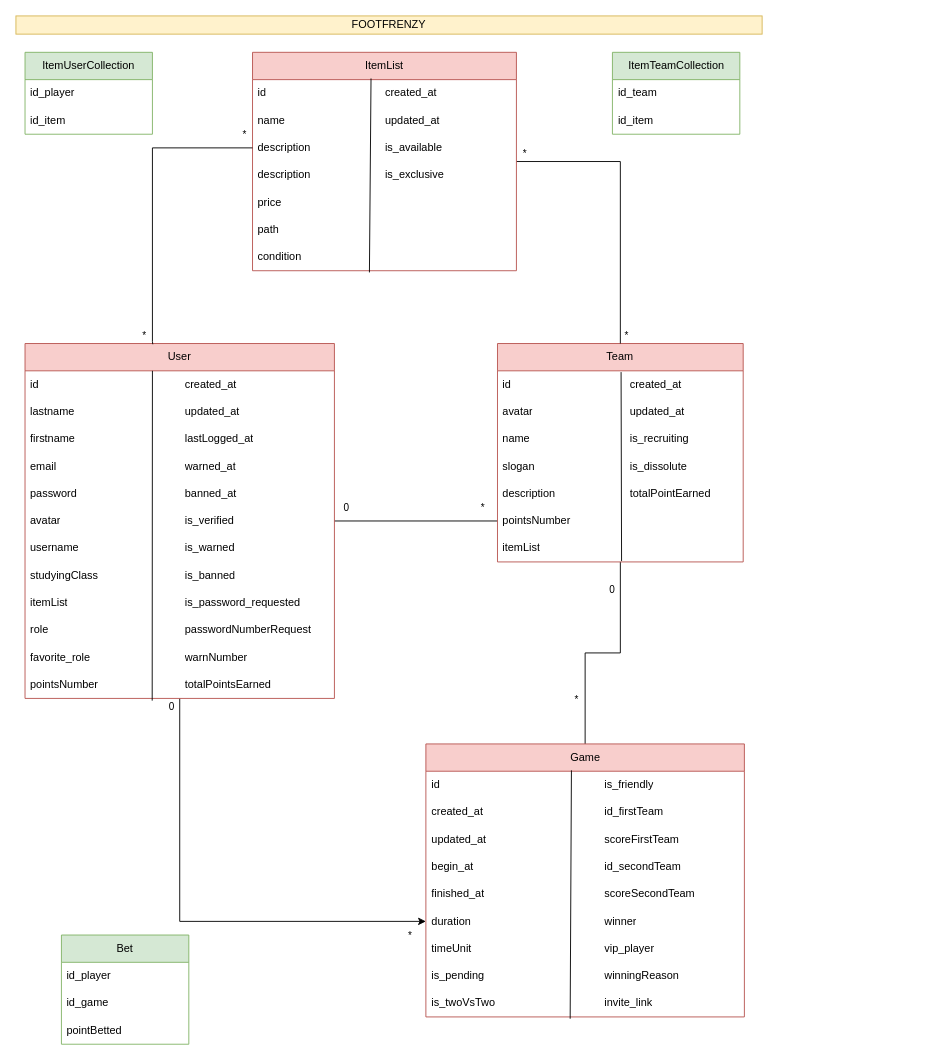
Earlier version of the draw.io diagram uml/footFrenzy.drawio (EauTarie/Symfony-footfrenzy-test). Source tidied: cells renumbered, new cells numbered last; positions are measured from the earlier drawing's top-left corner, leaving out a move shared by most shapes. Both pictures are drawn from the tidied source at 91%, with x=0, y=0 at pixel (15, 15).
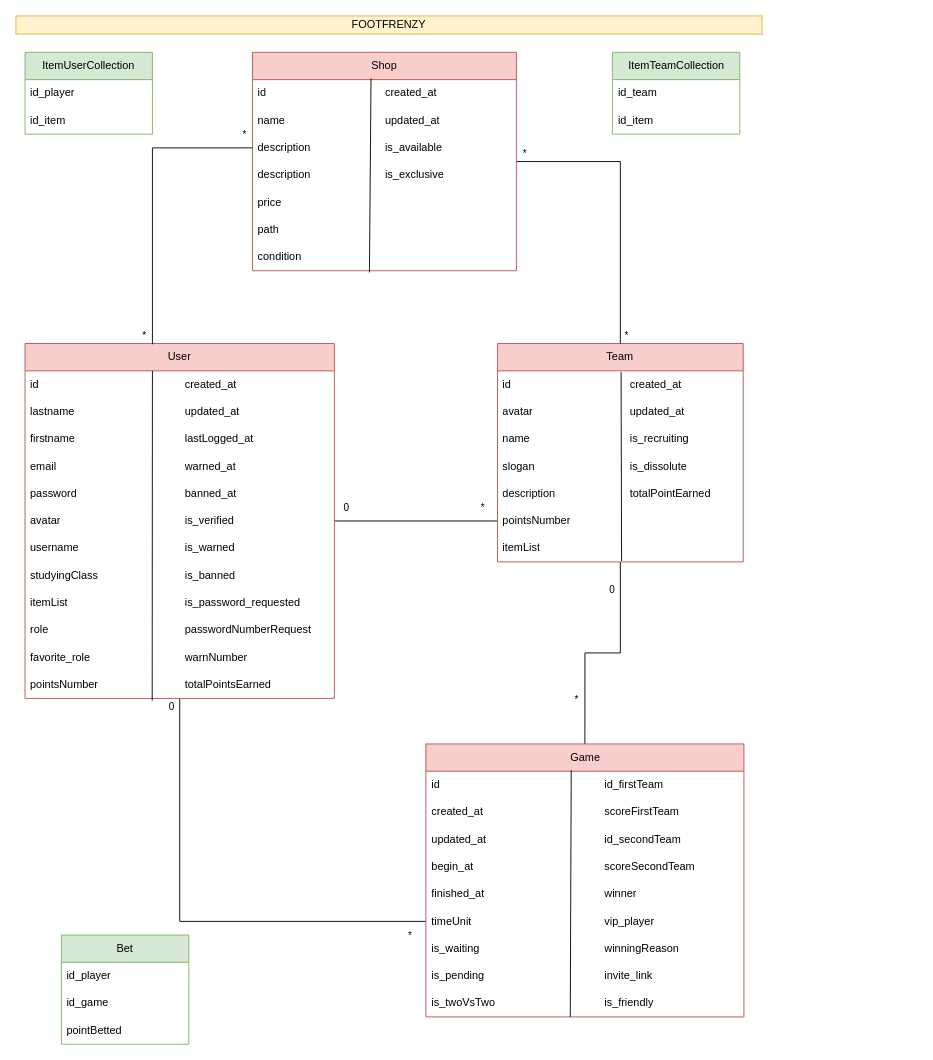
After the change.

Unchanged cells that the change refers to:
```xml
<mxCell id="8" value="User" style="swimlane;fontStyle=0;horizontal=1;startSize=30;whiteSpace=wrap;html=1;fillColor=#f8cecc;strokeColor=#b85450;" parent="1" vertex="1">
  <mxGeometry x="10" y="360" width="340" height="390" as="geometry" />
</mxCell>
```

Diff of the diagram source:
```diff
@@
-    <mxCell id="5" style="edgeStyle=orthogonalEdgeStyle;rounded=0;jettySize=auto;html=1;entryX=0;entryY=0.5;entryDx=0;entryDy=0;" parent="1" edge="1" source="8" target="51">
-      <mxGeometry relative="1" as="geometry" />
+    <mxCell id="5" style="edgeStyle=orthogonalEdgeStyle;rounded=0;jettySize=auto;html=1;entryX=0;entryY=0.5;entryDx=0;entryDy=0;endArrow=none;endFill=0;" parent="1" edge="1" source="8">
+      <mxGeometry relative="1" as="geometry">
+        <mxPoint x="450.5" y="995" as="targetPoint" />
+        <Array as="points">
+          <mxPoint x="180" y="995" />
+        </Array>
+      </mxGeometry>
     </mxCell>
@@
     <mxCell id="45" value="Game" style="swimlane;fontStyle=0;horizontal=1;startSize=30;whiteSpace=wrap;html=1;fillColor=#f8cecc;strokeColor=#b85450;" parent="1" vertex="1">
-      <mxGeometry x="450.5" y="800" width="350" height="300" as="geometry" />
+      <mxGeometry x="450.5" y="800" width="349.5" height="300" as="geometry" />
     </mxCell>
     <mxCell id="46" value="id" style="text;strokeColor=none;fillColor=none;align=left;verticalAlign=middle;spacingLeft=4;spacingRight=4;overflow=hidden;points=[[0,0.5],[1,0.5]];portConstraint=eastwest;whiteSpace=wrap;html=1;" parent="45" vertex="1">
-      <mxGeometry y="30" width="350" height="30" as="geometry" />
+      <mxGeometry y="30" width="349.5" height="30" as="geometry" />
     </mxCell>
     <mxCell id="47" value="created_at" style="text;strokeColor=none;fillColor=none;align=left;verticalAlign=middle;spacingLeft=4;spacingRight=4;overflow=hidden;whiteSpace=wrap;html=1;" parent="45" vertex="1">
-      <mxGeometry y="60" width="350" height="30" as="geometry" />
+      <mxGeometry y="60" width="349.5" height="30" as="geometry" />
     </mxCell>
     <mxCell id="48" value="updated_at" style="text;strokeColor=none;fillColor=none;align=left;verticalAlign=middle;spacingLeft=4;spacingRight=4;overflow=hidden;whiteSpace=wrap;html=1;" parent="45" vertex="1">
-      <mxGeometry y="90" width="350" height="30" as="geometry" />
+      <mxGeometry y="90" width="349.5" height="30" as="geometry" />
     </mxCell>
     <mxCell id="49" value="begin_at" style="text;strokeColor=none;fillColor=none;align=left;verticalAlign=middle;spacingLeft=4;spacingRight=4;overflow=hidden;whiteSpace=wrap;html=1;" parent="45" vertex="1">
-      <mxGeometry y="120" width="350" height="30" as="geometry" />
+      <mxGeometry y="120" width="349.5" height="30" as="geometry" />
     </mxCell>
     <mxCell id="50" value="finished_at" style="text;strokeColor=none;fillColor=none;align=left;verticalAlign=middle;spacingLeft=4;spacingRight=4;overflow=hidden;whiteSpace=wrap;html=1;" parent="45" vertex="1">
-      <mxGeometry y="150" width="350" height="30" as="geometry" />
+      <mxGeometry y="150" width="349.5" height="30" as="geometry" />
     </mxCell>
-    <mxCell id="51" value="duration" style="text;strokeColor=none;fillColor=none;align=left;verticalAlign=middle;spacingLeft=4;spacingRight=4;overflow=hidden;points=[[0,0.5],[1,0.5]];portConstraint=eastwest;whiteSpace=wrap;html=1;" parent="45" vertex="1">
-      <mxGeometry y="180" width="350" height="30" as="geometry" />
-    </mxCell>
     <mxCell id="52" value="timeUnit" style="text;strokeColor=none;fillColor=none;align=left;verticalAlign=middle;spacingLeft=4;spacingRight=4;overflow=hidden;whiteSpace=wrap;html=1;" parent="45" vertex="1">
-      <mxGeometry y="210" width="350" height="30" as="geometry" />
+      <mxGeometry y="180" width="349.5" height="30" as="geometry" />
     </mxCell>
+    <mxCell id="101" value="is_waiting" style="text;strokeColor=none;fillColor=none;align=left;verticalAlign=middle;spacingLeft=4;spacingRight=4;overflow=hidden;whiteSpace=wrap;html=1;" parent="45" vertex="1">
+      <mxGeometry y="210" width="349.5" height="30" as="geometry" />
+    </mxCell>
     <mxCell id="53" value="is_pending" style="text;strokeColor=none;fillColor=none;align=left;verticalAlign=middle;spacingLeft=4;spacingRight=4;overflow=hidden;whiteSpace=wrap;html=1;" parent="45" vertex="1">
-      <mxGeometry y="240" width="350" height="30" as="geometry" />
+      <mxGeometry y="240" width="349.5" height="30" as="geometry" />
     </mxCell>
     <mxCell id="54" value="is_twoVsTwo" style="text;strokeColor=none;fillColor=none;align=left;verticalAlign=middle;spacingLeft=4;spacingRight=4;overflow=hidden;points=[[0,0.5],[1,0.5]];portConstraint=eastwest;whiteSpace=wrap;html=1;" parent="45" vertex="1">
-      <mxGeometry y="270" width="350" height="30" as="geometry" />
+      <mxGeometry y="270" width="349.5" height="30" as="geometry" />
     </mxCell>
-    <mxCell id="55" style="endArrow=none;html=1;rounded=0;exitX=0.453;exitY=1.066;exitDx=0;exitDy=0;exitPerimeter=0;entryX=0.457;entryY=-0.032;entryDx=0;entryDy=0;entryPerimeter=0;" parent="45" edge="1" source="54" target="46">
+    <mxCell id="55" style="endArrow=none;html=1;rounded=0;exitX=0.454;exitY=1.002;exitDx=0;exitDy=0;exitPerimeter=0;entryX=0.457;entryY=-0.032;entryDx=0;entryDy=0;entryPerimeter=0;" parent="45" edge="1" source="54" target="46">
       <mxGeometry relative="1" as="geometry" />
     </mxCell>
@@
-    <mxCell id="64" value="invite_link" style="text;strokeColor=none;fillColor=none;align=left;verticalAlign=middle;spacingLeft=4;spacingRight=4;overflow=hidden;whiteSpace=wrap;html=1;" parent="1" vertex="1">
-      <mxGeometry x="640.5" y="1070" width="140" height="30" as="geometry" />
-    </mxCell>
     <mxCell id="65" value="winningReason" style="text;strokeColor=none;fillColor=none;align=left;verticalAlign=middle;spacingLeft=4;spacingRight=4;overflow=hidden;whiteSpace=wrap;html=1;" parent="1" vertex="1">
-      <mxGeometry x="640.5" y="1040" width="140" height="30" as="geometry" />
+      <mxGeometry x="640.5" y="1010" width="140" height="30" as="geometry" />
     </mxCell>
     <mxCell id="66" value="vip_player" style="text;strokeColor=none;fillColor=none;align=left;verticalAlign=middle;spacingLeft=4;spacingRight=4;overflow=hidden;whiteSpace=wrap;html=1;" parent="1" vertex="1">
-      <mxGeometry x="640.5" y="1010" width="140" height="30" as="geometry" />
+      <mxGeometry x="640.5" y="980" width="140" height="30" as="geometry" />
     </mxCell>
     <mxCell id="67" value="winner" style="text;strokeColor=none;fillColor=none;align=left;verticalAlign=middle;spacingLeft=4;spacingRight=4;overflow=hidden;whiteSpace=wrap;html=1;" parent="1" vertex="1">
-      <mxGeometry x="640.5" y="980" width="140" height="30" as="geometry" />
+      <mxGeometry x="640.5" y="950" width="140" height="30" as="geometry" />
     </mxCell>
     <mxCell id="68" value="scoreSecondTeam" style="text;strokeColor=none;fillColor=none;align=left;verticalAlign=middle;spacingLeft=4;spacingRight=4;overflow=hidden;whiteSpace=wrap;html=1;" parent="1" vertex="1">
-      <mxGeometry x="640.5" y="950" width="140" height="30" as="geometry" />
+      <mxGeometry x="640.5" y="920" width="140" height="30" as="geometry" />
     </mxCell>
     <mxCell id="69" value="id_secondTeam" style="text;strokeColor=none;fillColor=none;align=left;verticalAlign=middle;spacingLeft=4;spacingRight=4;overflow=hidden;whiteSpace=wrap;html=1;" parent="1" vertex="1">
-      <mxGeometry x="640.5" y="920" width="140" height="30" as="geometry" />
+      <mxGeometry x="640.5" y="890" width="140" height="30" as="geometry" />
     </mxCell>
     <mxCell id="70" value="scoreFirstTeam" style="text;strokeColor=none;fillColor=none;align=left;verticalAlign=middle;spacingLeft=4;spacingRight=4;overflow=hidden;whiteSpace=wrap;html=1;" parent="1" vertex="1">
-      <mxGeometry x="640.5" y="890" width="140" height="30" as="geometry" />
+      <mxGeometry x="640.5" y="860" width="140" height="30" as="geometry" />
     </mxCell>
     <mxCell id="71" value="id_firstTeam" style="text;strokeColor=none;fillColor=none;align=left;verticalAlign=middle;spacingLeft=4;spacingRight=4;overflow=hidden;whiteSpace=wrap;html=1;" parent="1" vertex="1">
-      <mxGeometry x="640.5" y="860" width="140" height="30" as="geometry" />
+      <mxGeometry x="640.5" y="830" width="140" height="30" as="geometry" />
     </mxCell>
@@
-    <mxCell id="75" value="ItemList" style="swimlane;fontStyle=0;horizontal=1;startSize=30;whiteSpace=wrap;html=1;fillColor=#f8cecc;strokeColor=#b85450;" parent="1" vertex="1">
+    <mxCell id="75" value="Shop" style="swimlane;fontStyle=0;horizontal=1;startSize=30;whiteSpace=wrap;html=1;fillColor=#f8cecc;strokeColor=#b85450;" parent="1" vertex="1">
       <mxGeometry x="260" y="40" width="290" height="240" as="geometry" />
     </mxCell>
@@
+    <mxCell id="100" value="FOOTFRENZY" style="rounded=0;whiteSpace=wrap;html=1;fillColor=#fff2cc;strokeColor=#d6b656;" parent="1" vertex="1">
+      <mxGeometry width="820" height="20" as="geometry" />
+    </mxCell>
+    <mxCell id="64" value="invite_link" style="text;strokeColor=none;fillColor=none;align=left;verticalAlign=middle;spacingLeft=4;spacingRight=4;overflow=hidden;whiteSpace=wrap;html=1;" parent="1" vertex="1">
+      <mxGeometry x="640.5" y="1040" width="350" height="30" as="geometry" />
+    </mxCell>
     <mxCell id="99" value="is_friendly" style="text;strokeColor=none;fillColor=none;align=left;verticalAlign=middle;spacingLeft=4;spacingRight=4;overflow=hidden;whiteSpace=wrap;html=1;" parent="1" vertex="1">
-      <mxGeometry x="640.5" y="830" width="170" height="30" as="geometry" />
+      <mxGeometry x="640.5" y="1070" width="319.5" height="30" as="geometry" />
     </mxCell>
-    <mxCell id="100" value="FOOTFRENZY" style="rounded=0;whiteSpace=wrap;html=1;fillColor=#fff2cc;strokeColor=#d6b656;" parent="1" vertex="1">
-      <mxGeometry width="820" height="20" as="geometry" />
-    </mxCell>
```
